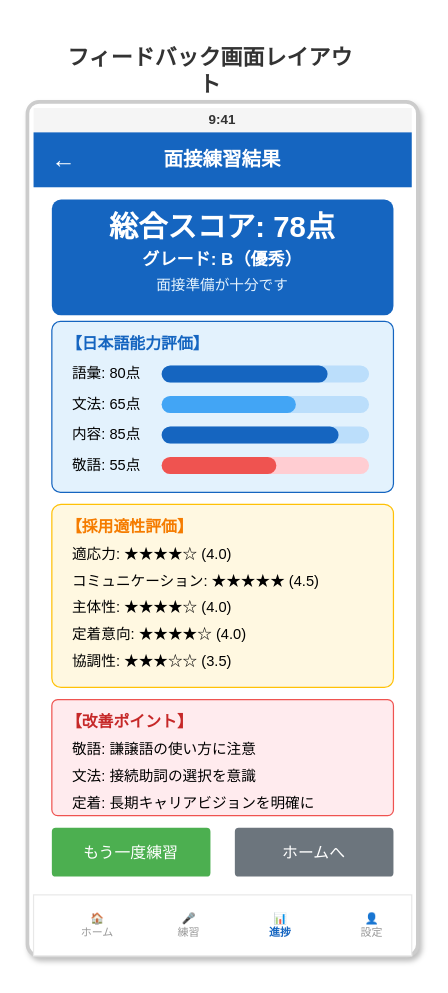
This is docs/images/評価_フィードバック画面レイアウト.drawio from yoshidasendai115/ai-interview, a draw.io file, before an edit. Source tidied: cells renumbered, new cells numbered last; positions are measured from the earlier drawing's top-left corner, leaving out a move shared by most shapes. Both pictures are drawn from the tidied source at 122%, with x=0, y=0 at pixel (27, 52).
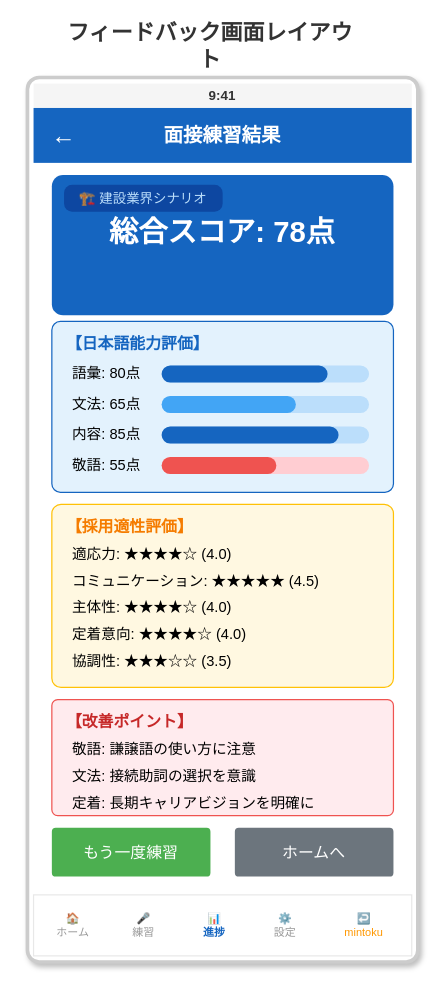
The same page after the edit.

What changed in the source:
```diff
@@
     <mxCell id="2" value="フィードバック画面レイアウト" style="text;html=1;strokeColor=none;fillColor=none;align=center;verticalAlign=middle;whiteSpace=wrap;rounded=0;fontSize=18;fontStyle=1;fontColor=#333333;" parent="1" vertex="1">
-      <mxGeometry x="30" width="240" height="30" as="geometry" />
+      <mxGeometry x="30" y="-20" width="240" height="30" as="geometry" />
     </mxCell>
     <mxCell id="3" style="rounded=1;whiteSpace=wrap;html=1;strokeColor=#CCCCCC;strokeWidth=3;fillColor=#FFFFFF;arcSize=3;shadow=1;" parent="1" vertex="1">
-      <mxGeometry y="40" width="320" height="700" as="geometry" />
+      <mxGeometry y="20" width="320" height="725" as="geometry" />
     </mxCell>
     <mxCell id="4" style="rounded=0;whiteSpace=wrap;html=1;fillColor=#f5f5f5;strokeColor=none;" parent="1" vertex="1">
-      <mxGeometry x="5" y="45" width="310" height="20" as="geometry" />
+      <mxGeometry x="5" y="25" width="310" height="20" as="geometry" />
     </mxCell>
     <mxCell id="5" value="9:41" style="text;html=1;strokeColor=none;fillColor=none;align=center;verticalAlign=middle;whiteSpace=wrap;rounded=0;fontSize=11;fontStyle=1;fontColor=#333333;" parent="1" vertex="1">
-      <mxGeometry x="135" y="45" width="50" height="20" as="geometry" />
+      <mxGeometry x="135" y="25" width="50" height="20" as="geometry" />
     </mxCell>
     <mxCell id="6" style="rounded=0;whiteSpace=wrap;html=1;fillColor=#1565C0;strokeColor=none;" parent="1" vertex="1">
-      <mxGeometry x="5" y="65" width="310" height="45" as="geometry" />
+      <mxGeometry x="5" y="45" width="310" height="45" as="geometry" />
     </mxCell>
     <mxCell id="7" value="←" style="text;html=1;strokeColor=none;fillColor=none;align=center;verticalAlign=middle;whiteSpace=wrap;rounded=0;fontSize=20;fontColor=#FFFFFF;" parent="1" vertex="1">
-      <mxGeometry x="15" y="72" width="30" height="30" as="geometry" />
+      <mxGeometry x="15" y="52" width="30" height="30" as="geometry" />
     </mxCell>
     <mxCell id="8" value="面接練習結果" style="text;html=1;strokeColor=none;fillColor=none;align=center;verticalAlign=middle;whiteSpace=wrap;rounded=0;fontSize=16;fontStyle=1;fontColor=#FFFFFF;" parent="1" vertex="1">
-      <mxGeometry x="100" y="72" width="120" height="30" as="geometry" />
+      <mxGeometry x="100" y="52" width="120" height="30" as="geometry" />
     </mxCell>
     <mxCell id="9" style="rounded=1;whiteSpace=wrap;html=1;fillColor=#1565C0;strokeColor=none;arcSize=8;" parent="1" vertex="1">
-      <mxGeometry x="20" y="120" width="280" height="95" as="geometry" />
+      <mxGeometry x="20" y="100" width="280" height="115" as="geometry" />
     </mxCell>
+    <mxCell id="46" value="🏗️ 建設業界シナリオ" style="rounded=1;whiteSpace=wrap;html=1;fillColor=#0D47A1;strokeColor=none;fontColor=#BBDEFB;fontSize=11;arcSize=30;" parent="1" vertex="1">
+      <mxGeometry x="30" y="108" width="130" height="22" as="geometry" />
+    </mxCell>
     <mxCell id="10" value="総合スコア: 78点" style="text;html=1;strokeColor=none;fillColor=none;align=center;verticalAlign=middle;whiteSpace=wrap;rounded=0;fontColor=#FFFFFF;fontSize=24;fontStyle=1;" parent="1" vertex="1">
-      <mxGeometry x="20" y="128" width="280" height="30" as="geometry" />
+      <mxGeometry x="20" y="132" width="280" height="30" as="geometry" />
     </mxCell>
-    <mxCell id="11" value="グレード: B（優秀）" style="text;html=1;strokeColor=none;fillColor=none;align=center;verticalAlign=middle;whiteSpace=wrap;rounded=0;fontColor=#FFFFFF;fontSize=14;fontStyle=1;" parent="1" vertex="1">
-      <mxGeometry x="20" y="158" width="280" height="22" as="geometry" />
-    </mxCell>
-    <mxCell id="12" value="面接準備が十分です" style="text;html=1;strokeColor=none;fillColor=none;align=center;verticalAlign=middle;whiteSpace=wrap;rounded=0;fontColor=#E3F2FD;fontSize=12;" parent="1" vertex="1">
-      <mxGeometry x="20" y="180" width="280" height="22" as="geometry" />
-    </mxCell>
@@
     <mxCell id="42" value="🏠&#10;ホーム" style="text;html=1;strokeColor=none;fillColor=none;align=center;verticalAlign=middle;whiteSpace=wrap;rounded=0;fontSize=9;fontColor=#999999;" parent="1" vertex="1">
-      <mxGeometry x="30" y="695" width="55" height="40" as="geometry" />
+      <mxGeometry x="10" y="695" width="55" height="40" as="geometry" />
     </mxCell>
     <mxCell id="43" value="🎤&#10;練習" style="text;html=1;strokeColor=none;fillColor=none;align=center;verticalAlign=middle;whiteSpace=wrap;rounded=0;fontSize=9;fontColor=#999999;" parent="1" vertex="1">
-      <mxGeometry x="105" y="695" width="55" height="40" as="geometry" />
+      <mxGeometry x="68" y="695" width="55" height="40" as="geometry" />
     </mxCell>
     <mxCell id="44" value="📊&#10;進捗" style="text;html=1;strokeColor=none;fillColor=none;align=center;verticalAlign=middle;whiteSpace=wrap;rounded=0;fontSize=9;fontColor=#1565C0;fontStyle=1;" parent="1" vertex="1">
-      <mxGeometry x="180" y="695" width="55" height="40" as="geometry" />
+      <mxGeometry x="126" y="695" width="55" height="40" as="geometry" />
     </mxCell>
-    <mxCell id="45" value="👤&#10;設定" style="text;html=1;strokeColor=none;fillColor=none;align=center;verticalAlign=middle;whiteSpace=wrap;rounded=0;fontSize=9;fontColor=#999999;" parent="1" vertex="1">
-      <mxGeometry x="255" y="695" width="55" height="40" as="geometry" />
+    <mxCell id="45" value="⚙️&#10;設定" style="text;html=1;strokeColor=none;fillColor=none;align=center;verticalAlign=middle;whiteSpace=wrap;rounded=0;fontSize=9;fontColor=#999999;" parent="1" vertex="1">
+      <mxGeometry x="184" y="695" width="55" height="40" as="geometry" />
     </mxCell>
+    <mxCell id="47" value="↩️&#10;mintoku" style="text;html=1;strokeColor=none;fillColor=none;align=center;verticalAlign=middle;whiteSpace=wrap;rounded=0;fontSize=9;fontColor=#FF9800;" parent="1" vertex="1">
+      <mxGeometry x="242" y="695" width="68" height="40" as="geometry" />
+    </mxCell>
```
